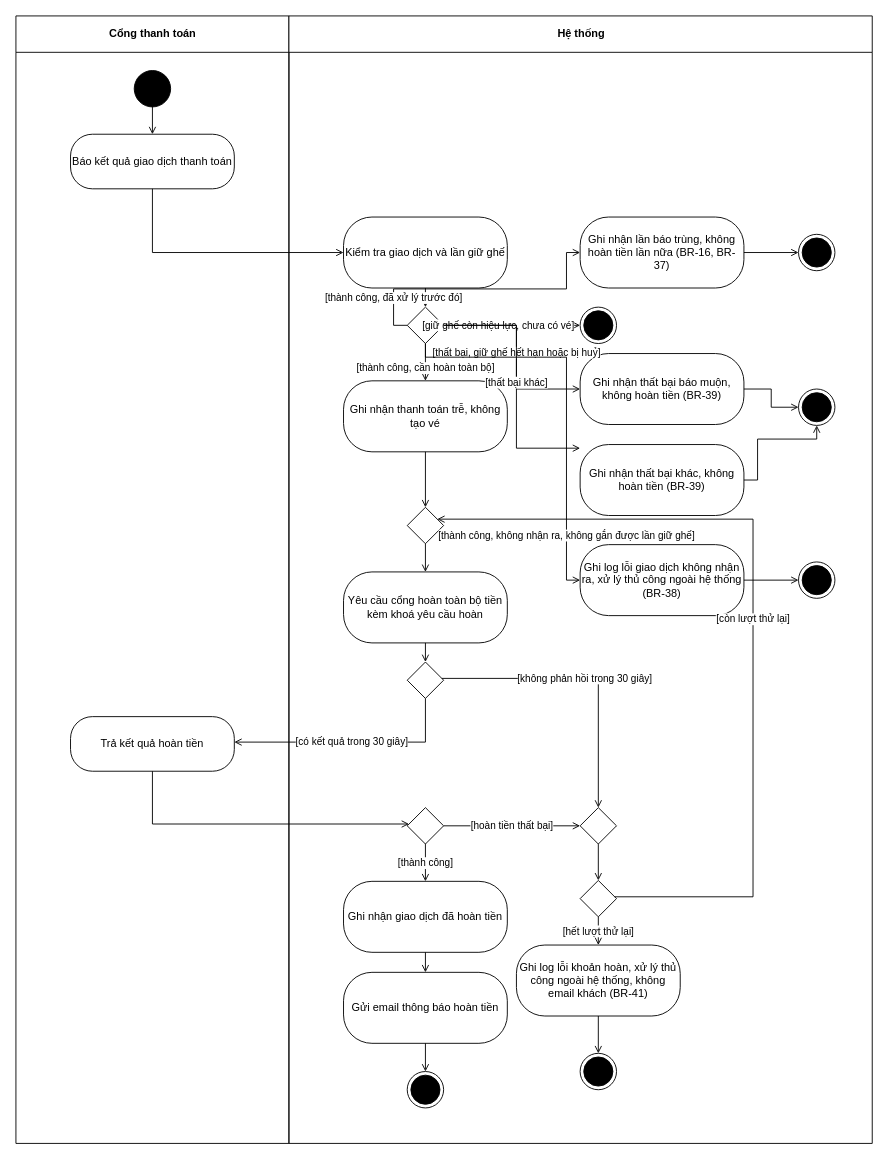
luytbq/app-dat-ve-xem-phim keeps this draw.io diagram as design/diagrams/P04-activity-UC-006.drawio. Above is the earlier version. Source tidied: cells renumbered, new cells numbered last; positions are measured from the earlier drawing's top-left corner, leaving out a move shared by most shapes. Both pictures are drawn from the tidied source at 91%, with x=0, y=0 at pixel (15, 15).
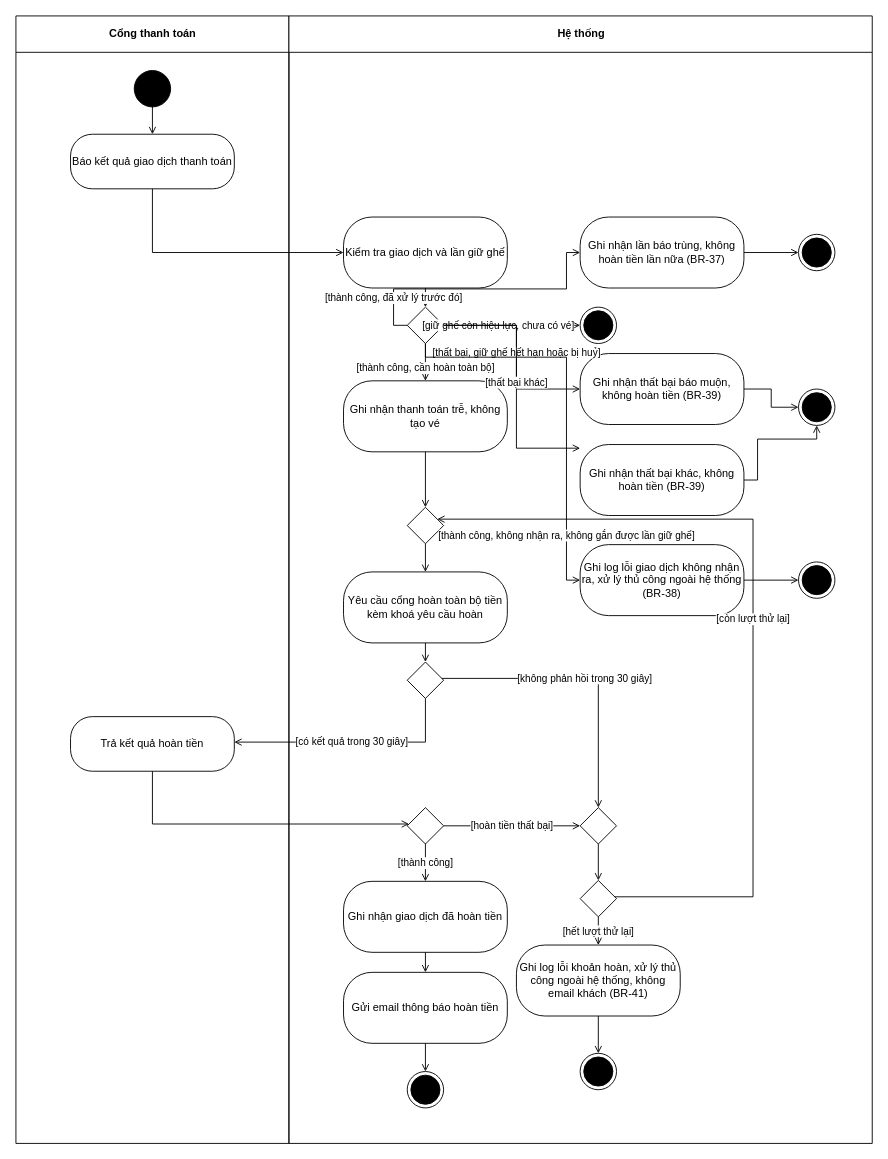
The same page after the edit.

The change refers to these unchanged cells:
```xml
<mxCell id="3" value="Hệ thống" style="swimlane;html=1;startSize=40;" parent="1" vertex="1">
  <mxGeometry x="300" width="641" height="1239" as="geometry" />
</mxCell>
```

Diff of the diagram source:
```diff
@@
-    <mxCell id="8" value="Ghi nhận lần báo trùng, không hoàn tiền lần nữa (BR-16, BR-37)" style="rounded=1;whiteSpace=wrap;html=1;arcSize=40;" parent="3" vertex="1">
+    <mxCell id="8" value="Ghi nhận lần báo trùng, không hoàn tiền lần nữa (BR-37)" style="rounded=1;whiteSpace=wrap;html=1;arcSize=40;" parent="3" vertex="1">
       <mxGeometry x="320" y="221" width="180" height="78" as="geometry" />
     </mxCell>
```
